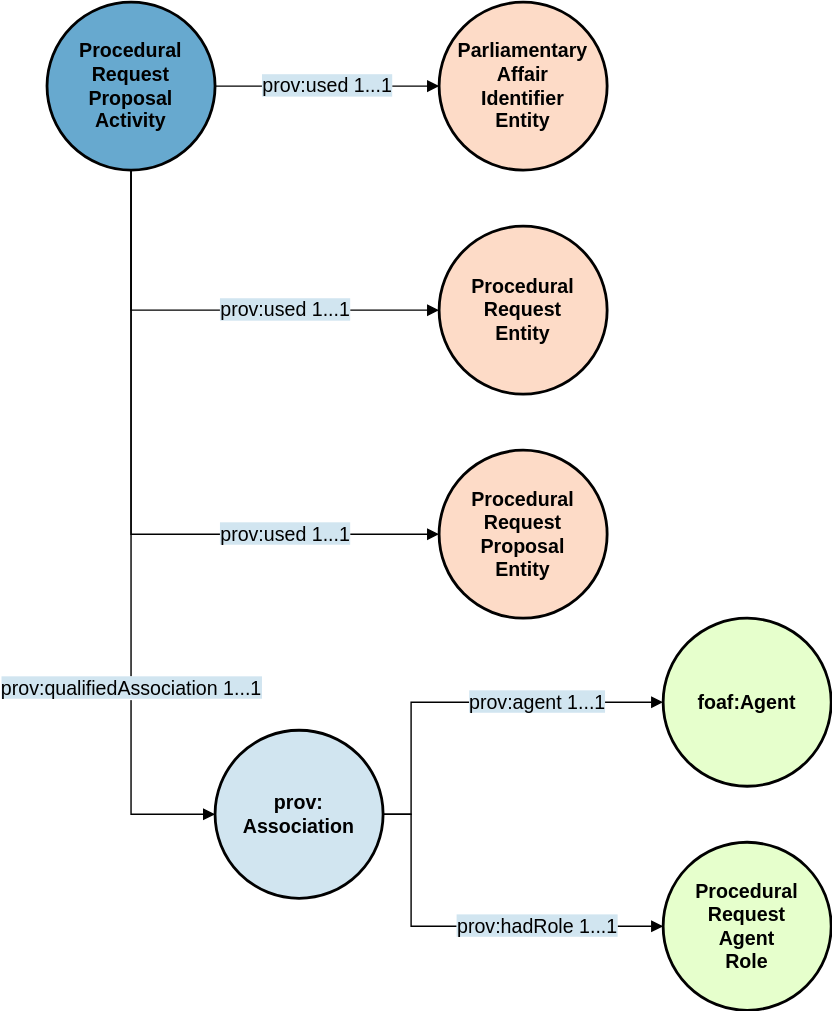
Earlier version of the draw.io export figures/procedural_request_proposal.svg (swiss/ch-paf-link). Source tidied: cells renumbered, new cells last; positions are measured from the earlier drawing's top-left corner, leaving out a move shared by most shapes. Source of this version:
```xml
<mxGraphModel>
  <root>
    <mxCell id="0" />
    <mxCell id="1" parent="0" />
    <mxCell id="2" value="&lt;b&gt;Procedural&lt;/b&gt;&lt;div&gt;&lt;b&gt;Request&lt;/b&gt;&lt;/div&gt;&lt;div&gt;&lt;b&gt;Proposal&lt;/b&gt;&lt;/div&gt;&lt;div&gt;&lt;b&gt;Activity&lt;/b&gt;&lt;/div&gt;" style="ellipse;whiteSpace=wrap;html=1;rounded=0;shadow=0;glass=0;comic=0;strokeColor=#000000;strokeWidth=2;fillColor=#67A9CF;gradientColor=none;fontSize=14;fontColor=#000000;align=center;" parent="1" vertex="1">
      <mxGeometry width="120" height="120" as="geometry" />
    </mxCell>
    <mxCell id="3" value="&lt;b&gt;Parliamentary&lt;/b&gt;&lt;div&gt;&lt;b&gt;Affair&lt;/b&gt;&lt;/div&gt;&lt;div&gt;&lt;b&gt;Identifier&lt;/b&gt;&lt;/div&gt;&lt;div&gt;&lt;b&gt;Entity&lt;/b&gt;&lt;/div&gt;" style="ellipse;whiteSpace=wrap;html=1;rounded=0;shadow=0;glass=0;comic=0;strokeColor=#000000;strokeWidth=2;fillColor=#fddbc7;gradientColor=none;fontSize=14;fontColor=#000000;align=center;" parent="1" vertex="1">
      <mxGeometry x="280" width="120" height="120" as="geometry" />
    </mxCell>
    <mxCell id="4" value="&lt;span style=&quot;background-color: rgb(209, 229, 240);&quot;&gt;&lt;font&gt;prov:used 1...1&lt;/font&gt;&lt;/span&gt;" style="endArrow=block;html=1;strokeColor=#000000;fontSize=14;fontColor=#000000;endFill=1;exitX=1;exitY=0.5;exitDx=0;exitDy=0;entryX=0;entryY=0.5;entryDx=0;entryDy=0;edgeStyle=orthogonalEdgeStyle;rounded=0;curved=0;" parent="1" edge="1" source="2" target="3">
      <mxGeometry relative="1" as="geometry" />
    </mxCell>
    <mxCell id="5" value="&lt;b&gt;Procedural&lt;/b&gt;&lt;div&gt;&lt;b&gt;Request&lt;/b&gt;&lt;/div&gt;&lt;div&gt;&lt;b&gt;Entity&lt;/b&gt;&lt;/div&gt;" style="ellipse;whiteSpace=wrap;html=1;rounded=0;shadow=0;glass=0;comic=0;strokeColor=#000000;strokeWidth=2;fillColor=#fddbc7;gradientColor=none;fontSize=14;fontColor=#000000;align=center;" parent="1" vertex="1">
      <mxGeometry x="280" y="160" width="120" height="120" as="geometry" />
    </mxCell>
    <mxCell id="6" value="&lt;b&gt;Procedural&lt;/b&gt;&lt;div&gt;&lt;b&gt;Request&lt;/b&gt;&lt;/div&gt;&lt;div&gt;&lt;b&gt;Proposal&lt;/b&gt;&lt;/div&gt;&lt;div&gt;&lt;b&gt;Entity&lt;/b&gt;&lt;/div&gt;" style="ellipse;whiteSpace=wrap;html=1;rounded=0;shadow=0;glass=0;comic=0;strokeColor=#000000;strokeWidth=2;fillColor=#fddbc7;gradientColor=none;fontSize=14;fontColor=#000000;align=center;" parent="1" vertex="1">
      <mxGeometry x="280" y="320" width="120" height="120" as="geometry" />
    </mxCell>
    <mxCell id="7" value="&lt;b&gt;prov:&lt;br&gt;Association&lt;/b&gt;" style="ellipse;whiteSpace=wrap;html=1;rounded=0;shadow=0;glass=0;comic=0;strokeColor=#000000;strokeWidth=2;fillColor=#D1E5F0;gradientColor=none;fontSize=14;fontColor=#000000;align=center;" parent="1" vertex="1">
      <mxGeometry x="120" y="520" width="120" height="120" as="geometry" />
    </mxCell>
    <mxCell id="8" value="&lt;b&gt;foaf:Agent&lt;/b&gt;" style="ellipse;whiteSpace=wrap;html=1;rounded=0;shadow=0;glass=0;comic=0;strokeColor=#000000;strokeWidth=2;fillColor=#E6FFCC;gradientColor=none;fontSize=14;fontColor=#000000;align=center;" parent="1" vertex="1">
      <mxGeometry x="440" y="440" width="120" height="120" as="geometry" />
    </mxCell>
    <mxCell id="9" value="&lt;b&gt;Procedural&lt;/b&gt;&lt;div&gt;&lt;b&gt;Request&lt;/b&gt;&lt;/div&gt;&lt;div&gt;&lt;b&gt;Agent&lt;/b&gt;&lt;/div&gt;&lt;div&gt;&lt;b&gt;Role&lt;/b&gt;&lt;/div&gt;" style="ellipse;whiteSpace=wrap;html=1;rounded=0;shadow=0;glass=0;comic=0;strokeColor=#000000;strokeWidth=2;fillColor=#E6FFCC;gradientColor=none;fontSize=14;fontColor=#000000;align=center;" parent="1" vertex="1">
      <mxGeometry x="440" y="600" width="120" height="120" as="geometry" />
    </mxCell>
    <mxCell id="10" value="&lt;span style=&quot;background-color: rgb(209, 229, 240);&quot;&gt;&lt;font&gt;prov:used 1...1&lt;/font&gt;&lt;/span&gt;" style="endArrow=block;html=1;strokeColor=#000000;fontSize=14;fontColor=#000000;endFill=1;exitX=0.5;exitY=1;exitDx=0;exitDy=0;entryX=0;entryY=0.5;entryDx=0;entryDy=0;edgeStyle=orthogonalEdgeStyle;rounded=0;curved=0;" parent="1" edge="1" source="2" target="5">
      <mxGeometry x="0.31" relative="1" as="geometry" />
    </mxCell>
    <mxCell id="11" value="&lt;span style=&quot;background-color: rgb(209, 229, 240);&quot;&gt;&lt;font&gt;prov:used 1...1&lt;/font&gt;&lt;/span&gt;" style="endArrow=block;html=1;strokeColor=#000000;fontSize=14;fontColor=#000000;endFill=1;exitX=0.5;exitY=1;exitDx=0;exitDy=0;entryX=0;entryY=0.5;entryDx=0;entryDy=0;edgeStyle=orthogonalEdgeStyle;rounded=0;curved=0;" parent="1" edge="1" source="2" target="6">
      <mxGeometry x="0.54" relative="1" as="geometry" />
    </mxCell>
    <mxCell id="12" value="&lt;span style=&quot;background-color: rgb(209, 229, 240);&quot;&gt;&lt;font&gt;prov:qualifiedAssociation 1...1&lt;/font&gt;&lt;/span&gt;" style="endArrow=block;html=1;strokeColor=#000000;fontSize=14;fontColor=#000000;endFill=1;exitX=0.5;exitY=1;exitDx=0;exitDy=0;entryX=0;entryY=0.5;entryDx=0;entryDy=0;edgeStyle=orthogonalEdgeStyle;rounded=0;curved=0;" parent="1" edge="1" source="2" target="7">
      <mxGeometry x="0.42" relative="1" as="geometry" />
    </mxCell>
    <mxCell id="13" value="&lt;span style=&quot;background-color: rgb(209, 229, 240);&quot;&gt;&lt;font&gt;prov:agent 1...1&lt;/font&gt;&lt;/span&gt;" style="endArrow=block;html=1;strokeColor=#000000;fontSize=14;fontColor=#000000;endFill=1;exitX=1;exitY=0.5;exitDx=0;exitDy=0;entryX=0;entryY=0.5;entryDx=0;entryDy=0;edgeStyle=orthogonalEdgeStyle;rounded=0;curved=0;" parent="1" edge="1" source="7" target="8">
      <mxGeometry x="0.36" relative="1" as="geometry">
        <Array as="points">
          <mxPoint x="260" y="580" />
          <mxPoint x="260" y="500" />
        </Array>
      </mxGeometry>
    </mxCell>
    <mxCell id="14" value="&lt;span style=&quot;background-color: rgb(209, 229, 240);&quot;&gt;&lt;font&gt;prov:hadRole 1...1&lt;/font&gt;&lt;/span&gt;" style="endArrow=block;html=1;strokeColor=#000000;fontSize=14;fontColor=#000000;endFill=1;exitX=1;exitY=0.5;exitDx=0;exitDy=0;entryX=0;entryY=0.5;entryDx=0;entryDy=0;edgeStyle=orthogonalEdgeStyle;rounded=0;curved=0;" parent="1" edge="1" source="7" target="9">
      <mxGeometry x="0.36" relative="1" as="geometry">
        <Array as="points">
          <mxPoint x="260" y="580" />
          <mxPoint x="260" y="660" />
        </Array>
      </mxGeometry>
    </mxCell>
  </root>
</mxGraphModel>
```
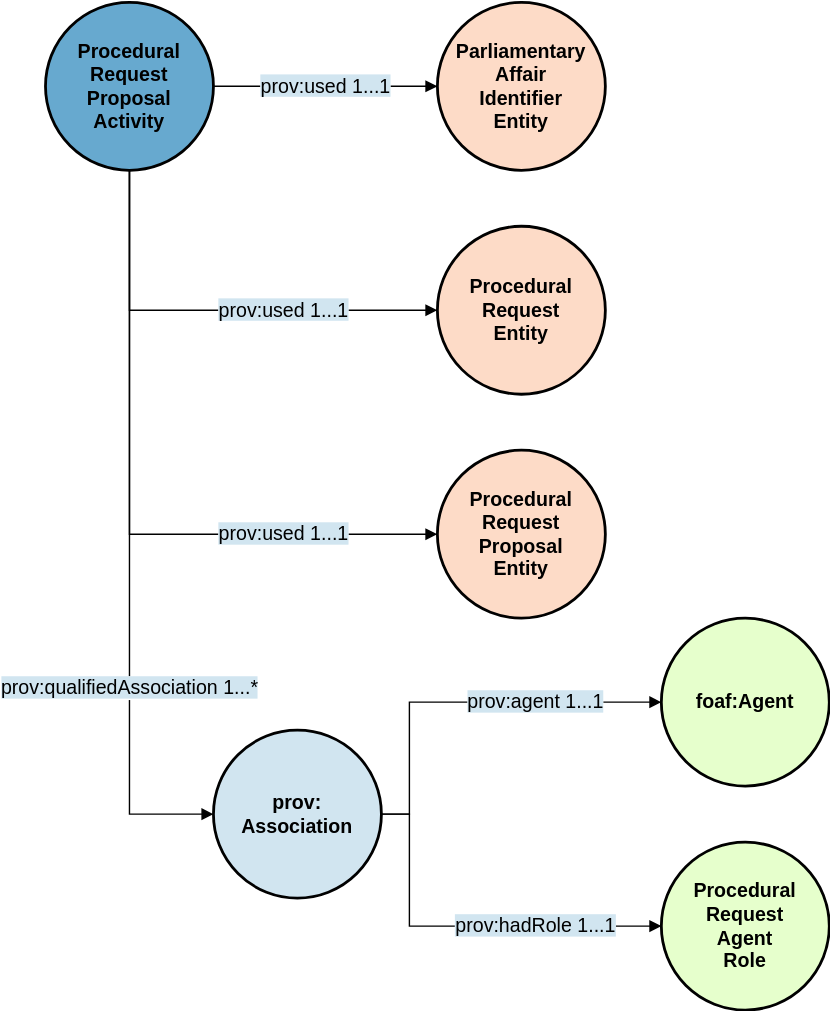
The same file after the commit.

Change to the diagram source:
```diff
@@ -32,7 +32,7 @@
     <mxCell id="11" value="&lt;span style=&quot;background-color: rgb(209, 229, 240);&quot;&gt;&lt;font&gt;prov:used 1...1&lt;/font&gt;&lt;/span&gt;" style="endArrow=block;html=1;strokeColor=#000000;fontSize=14;fontColor=#000000;endFill=1;exitX=0.5;exitY=1;exitDx=0;exitDy=0;entryX=0;entryY=0.5;entryDx=0;entryDy=0;edgeStyle=orthogonalEdgeStyle;rounded=0;curved=0;" parent="1" edge="1" source="2" target="6">
       <mxGeometry x="0.54" relative="1" as="geometry" />
     </mxCell>
-    <mxCell id="12" value="&lt;span style=&quot;background-color: rgb(209, 229, 240);&quot;&gt;&lt;font&gt;prov:qualifiedAssociation 1...1&lt;/font&gt;&lt;/span&gt;" style="endArrow=block;html=1;strokeColor=#000000;fontSize=14;fontColor=#000000;endFill=1;exitX=0.5;exitY=1;exitDx=0;exitDy=0;entryX=0;entryY=0.5;entryDx=0;entryDy=0;edgeStyle=orthogonalEdgeStyle;rounded=0;curved=0;" parent="1" edge="1" source="2" target="7">
+    <mxCell id="12" value="&lt;span style=&quot;background-color: rgb(209, 229, 240);&quot;&gt;&lt;font&gt;prov:qualifiedAssociation 1...*&lt;/font&gt;&lt;/span&gt;" style="endArrow=block;html=1;strokeColor=#000000;fontSize=14;fontColor=#000000;endFill=1;exitX=0.5;exitY=1;exitDx=0;exitDy=0;entryX=0;entryY=0.5;entryDx=0;entryDy=0;edgeStyle=orthogonalEdgeStyle;rounded=0;curved=0;" parent="1" edge="1" source="2" target="7">
       <mxGeometry x="0.42" relative="1" as="geometry" />
     </mxCell>
     <mxCell id="13" value="&lt;span style=&quot;background-color: rgb(209, 229, 240);&quot;&gt;&lt;font&gt;prov:agent 1...1&lt;/font&gt;&lt;/span&gt;" style="endArrow=block;html=1;strokeColor=#000000;fontSize=14;fontColor=#000000;endFill=1;exitX=1;exitY=0.5;exitDx=0;exitDy=0;entryX=0;entryY=0.5;entryDx=0;entryDy=0;edgeStyle=orthogonalEdgeStyle;rounded=0;curved=0;" parent="1" edge="1" source="7" target="8">
```
